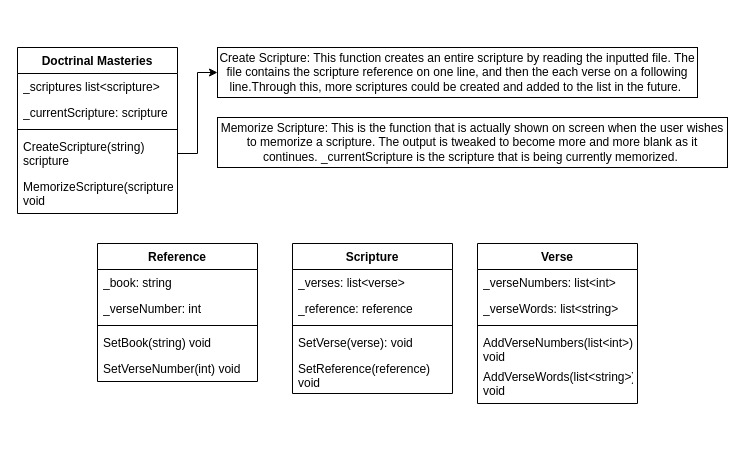
Above: ScriptureProjectDesign.drawio in Jebthegamer/cse210_hw (draw.io), before the change. Source tidied: cells renumbered, new cells numbered last; positions are measured from the earlier drawing's top-left corner, leaving out a move shared by most shapes. Both pictures are drawn from the tidied source at 100%, with x=0, y=0 at pixel (17, 47).
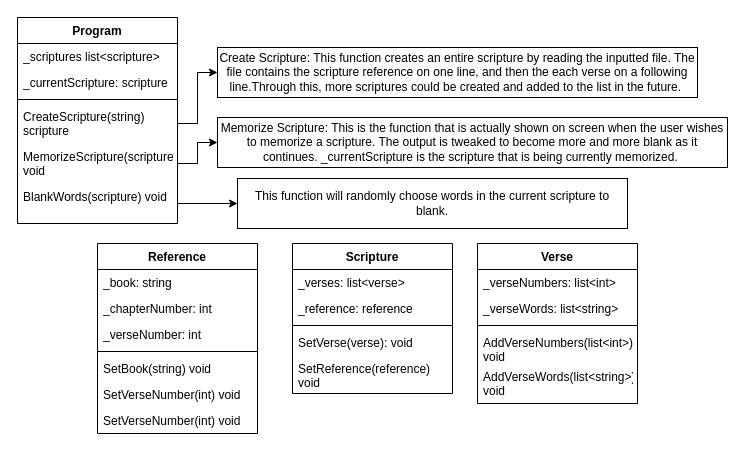
The same page after the edit.

Unchanged cells that the change refers to:
```xml
<mxCell id="28" value="Memorize Scripture: This is the function that is actually shown on screen when the user wishes to memorize a scripture. The output is tweaked to become more and more blank as it continues. _currentScripture is the scripture that is being currently memorized.&amp;nbsp;" style="html=1;whiteSpace=wrap;" parent="1" vertex="1">
  <mxGeometry x="200" y="70" width="510" height="50" as="geometry" />
</mxCell>
```

Change to the diagram source:
```diff
@@
     <mxCell id="8" value="Reference" style="swimlane;fontStyle=1;align=center;verticalAlign=top;horizontal=1;startSize=26;whiteSpace=wrap;html=1;" parent="1" vertex="1">
-      <mxGeometry x="80" y="196" width="160" height="138" as="geometry" />
+      <mxGeometry x="80" y="196" width="160" height="190" as="geometry" />
     </mxCell>
+    <mxCell id="29" value="_book: string" style="text;strokeColor=none;fillColor=none;align=left;verticalAlign=top;spacingLeft=4;spacingRight=4;overflow=hidden;whiteSpace=wrap;html=1;" parent="8" vertex="1">
+      <mxGeometry y="26" width="160" height="26" as="geometry" />
+    </mxCell>
-    <mxCell id="9" value="_book: string" style="text;strokeColor=none;fillColor=none;align=left;verticalAlign=top;spacingLeft=4;spacingRight=4;overflow=hidden;whiteSpace=wrap;html=1;" parent="8" vertex="1">
-      <mxGeometry y="26" width="160" height="26" as="geometry" />
+    <mxCell id="9" value="_chapterNumber: int" style="text;strokeColor=none;fillColor=none;align=left;verticalAlign=top;spacingLeft=4;spacingRight=4;overflow=hidden;whiteSpace=wrap;html=1;" parent="8" vertex="1">
+      <mxGeometry y="52" width="160" height="26" as="geometry" />
     </mxCell>
     <mxCell id="10" value="_verseNumber: int" style="text;strokeColor=none;fillColor=none;align=left;verticalAlign=top;spacingLeft=4;spacingRight=4;overflow=hidden;whiteSpace=wrap;html=1;" parent="8" vertex="1">
-      <mxGeometry y="52" width="160" height="26" as="geometry" />
+      <mxGeometry y="78" width="160" height="26" as="geometry" />
     </mxCell>
     <mxCell id="11" style="line;strokeWidth=1;fillColor=none;align=left;verticalAlign=middle;spacingTop=-1;spacingLeft=3;spacingRight=3;labelPosition=right;strokeColor=inherit;" parent="8" vertex="1">
-      <mxGeometry y="78" width="160" height="8" as="geometry" />
+      <mxGeometry y="104" width="160" height="8" as="geometry" />
     </mxCell>
+    <mxCell id="30" value="SetBook(string) void" style="text;strokeColor=none;fillColor=none;align=left;verticalAlign=top;spacingLeft=4;spacingRight=4;overflow=hidden;whiteSpace=wrap;html=1;" parent="8" vertex="1">
+      <mxGeometry y="112" width="160" height="26" as="geometry" />
+    </mxCell>
-    <mxCell id="12" value="SetBook(string) void" style="text;strokeColor=none;fillColor=none;align=left;verticalAlign=top;spacingLeft=4;spacingRight=4;overflow=hidden;whiteSpace=wrap;html=1;" parent="8" vertex="1">
-      <mxGeometry y="86" width="160" height="26" as="geometry" />
+    <mxCell id="12" value="SetVerseNumber(int) void" style="text;strokeColor=none;fillColor=none;align=left;verticalAlign=top;spacingLeft=4;spacingRight=4;overflow=hidden;whiteSpace=wrap;html=1;" parent="8" vertex="1">
+      <mxGeometry y="138" width="160" height="26" as="geometry" />
     </mxCell>
     <mxCell id="13" value="SetVerseNumber(int) void" style="text;strokeColor=none;fillColor=none;align=left;verticalAlign=top;spacingLeft=4;spacingRight=4;overflow=hidden;whiteSpace=wrap;html=1;" parent="8" vertex="1">
-      <mxGeometry y="112" width="160" height="26" as="geometry" />
+      <mxGeometry y="164" width="160" height="26" as="geometry" />
     </mxCell>
@@
-    <mxCell id="21" value="Doctrinal Masteries" style="swimlane;fontStyle=1;align=center;verticalAlign=top;horizontal=1;startSize=26;whiteSpace=wrap;html=1;" parent="1" vertex="1">
-      <mxGeometry width="160" height="166" as="geometry" />
+    <mxCell id="21" value="Program" style="swimlane;fontStyle=1;align=center;verticalAlign=top;horizontal=1;startSize=26;whiteSpace=wrap;html=1;" parent="1" vertex="1">
+      <mxGeometry y="-30" width="160" height="206" as="geometry" />
     </mxCell>
@@
+    <mxCell id="31" value="MemorizeScripture(scripture) void" style="text;strokeColor=none;fillColor=none;align=left;verticalAlign=top;spacingLeft=4;spacingRight=4;overflow=hidden;points=[[0,0.5],[1,0.5]];portConstraint=eastwest;whiteSpace=wrap;html=1;" parent="21" vertex="1">
+      <mxGeometry y="126" width="160" height="40" as="geometry" />
+    </mxCell>
-    <mxCell id="26" value="MemorizeScripture(scripture) void" style="text;strokeColor=none;fillColor=none;align=left;verticalAlign=top;spacingLeft=4;spacingRight=4;overflow=hidden;points=[[0,0.5],[1,0.5]];portConstraint=eastwest;whiteSpace=wrap;html=1;" parent="21" vertex="1">
-      <mxGeometry y="126" width="160" height="40" as="geometry" />
+    <mxCell id="26" value="BlankWords(scripture) void" style="text;strokeColor=none;fillColor=none;align=left;verticalAlign=top;spacingLeft=4;spacingRight=4;overflow=hidden;points=[[0,0.5],[1,0.5]];portConstraint=eastwest;whiteSpace=wrap;html=1;" parent="21" vertex="1">
+      <mxGeometry y="166" width="160" height="40" as="geometry" />
     </mxCell>
@@
+    <mxCell id="32" style="edgeStyle=orthogonalEdgeStyle;rounded=0;jettySize=auto;html=1;exitX=1;exitY=0.5;exitDx=0;exitDy=0;entryX=0;entryY=0.5;entryDx=0;entryDy=0;" parent="1" edge="1" source="31" target="28">
+      <mxGeometry relative="1" as="geometry" />
+    </mxCell>
+    <mxCell id="33" value="This function will randomly choose words in the current scripture to blank." style="html=1;whiteSpace=wrap;" parent="1" vertex="1">
+      <mxGeometry x="220" y="131" width="390" height="50" as="geometry" />
+    </mxCell>
+    <mxCell id="34" style="edgeStyle=orthogonalEdgeStyle;rounded=0;jettySize=auto;html=1;exitX=1;exitY=0.5;exitDx=0;exitDy=0;entryX=0;entryY=0.5;entryDx=0;entryDy=0;" parent="1" edge="1" source="26" target="33">
+      <mxGeometry relative="1" as="geometry" />
+    </mxCell>
```
